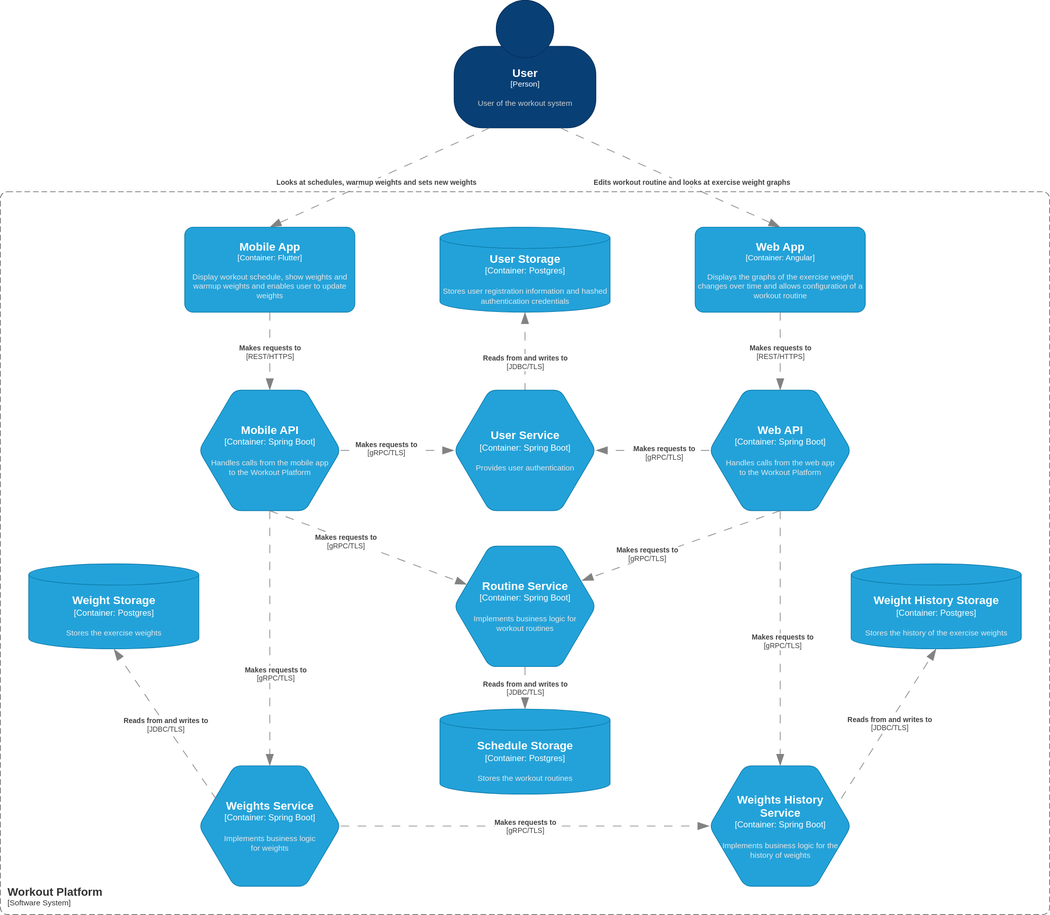
This is docs/v1-container-diagram.svg from LukasDS/lds-workout-system, a draw.io export, as it was before one commit. Source tidied: cells renumbered, new cells last; positions are measured from the earlier drawing's top-left corner, leaving out a move shared by most shapes.
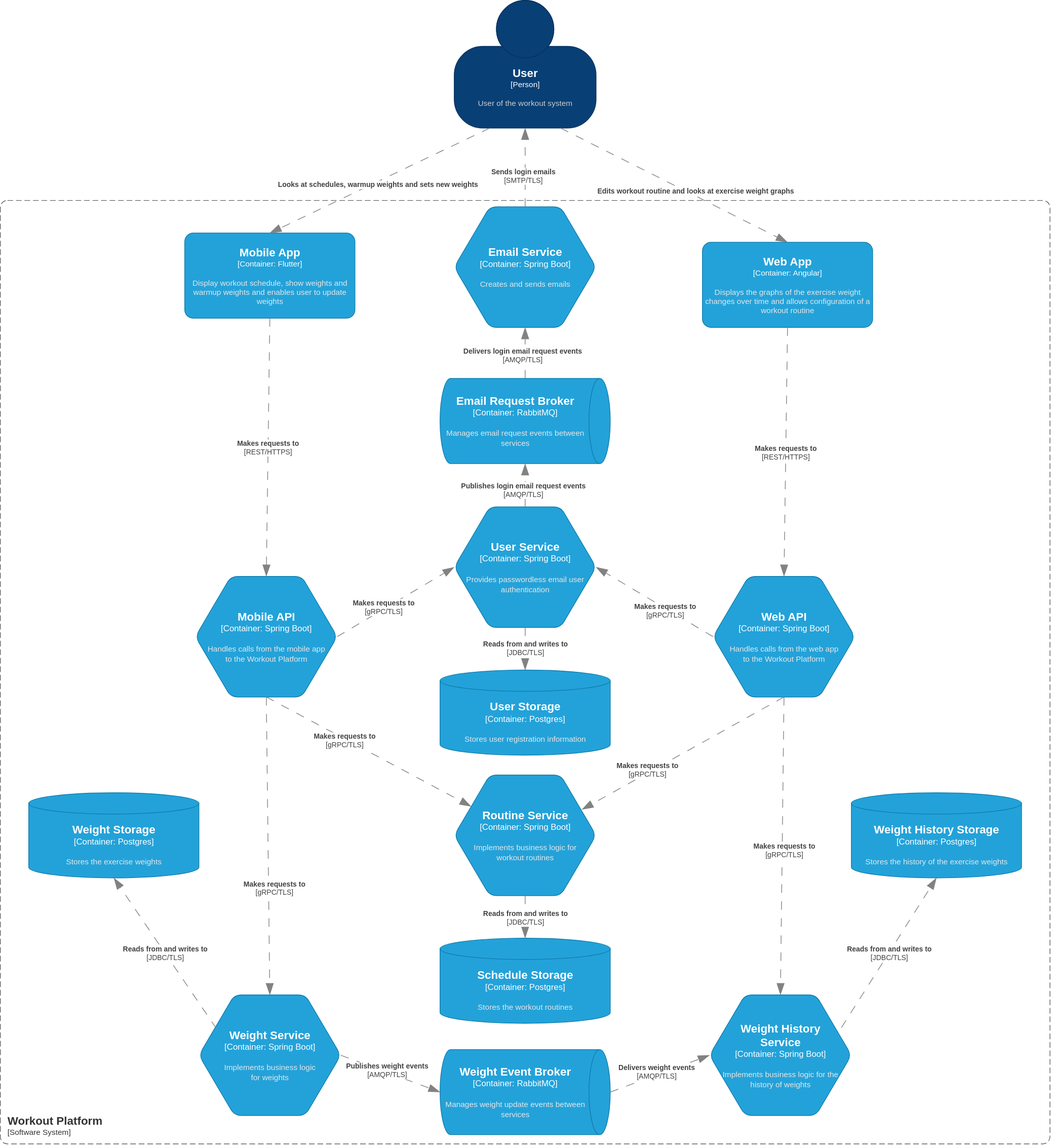
After the change.

Change to the diagram source:
```diff
@@ -6,3 +6,3 @@
       <mxCell style="html=1;fontSize=11;dashed=0;whiteSpace=wrap;fillColor=#083F75;strokeColor=#06315C;fontColor=#ffffff;shape=mxgraph.c4.person2;align=center;points=[[0.5,0,0],[1,0.5,0],[1,0.75,0],[0.75,1,0],[0.5,1,0],[0.25,1,0],[0,0.75,0],[0,0.5,0]];" parent="1" vertex="1">
-        <mxGeometry x="640" width="200" height="180" as="geometry" />
+        <mxGeometry x="640" y="-322" width="200" height="180" as="geometry" />
       </mxCell>
@@ -11,3 +11,3 @@
       <mxCell style="rounded=1;whiteSpace=wrap;html=1;fontSize=11;labelBackgroundColor=none;fillColor=#23A2D9;fontColor=#ffffff;align=center;arcSize=10;strokeColor=#0E7DAD;points=[[0.25,0,0],[0.5,0,0],[0.75,0,0],[1,0.25,0],[1,0.5,0],[1,0.75,0],[0.75,1,0],[0.5,1,0],[0.25,1,0],[0,0.75,0],[0,0.5,0],[0,0.25,0]];" parent="1" vertex="1">
-        <mxGeometry x="980" y="320" width="240" height="120" as="geometry" />
+        <mxGeometry x="990" y="19" width="240" height="120" as="geometry" />
       </mxCell>
@@ -21,3 +21,3 @@
       <mxCell style="rounded=1;fontSize=11;whiteSpace=wrap;html=1;dashed=1;arcSize=20;fillColor=none;strokeColor=#666666;fontColor=#333333;labelBackgroundColor=none;align=left;verticalAlign=bottom;labelBorderColor=none;spacingTop=0;spacing=10;dashPattern=8 4;perimeter=rectanglePerimeter;noLabel=0;labelPadding=0;absoluteArcSize=1;" parent="1" vertex="1">
-        <mxGeometry y="270" width="1480" height="1020" as="geometry" />
+        <mxGeometry y="-40" width="1480" height="1330" as="geometry" />
       </mxCell>
@@ -26,3 +26,3 @@
       <mxCell style="rounded=1;whiteSpace=wrap;html=1;fontSize=11;labelBackgroundColor=none;fillColor=#23A2D9;fontColor=#ffffff;align=center;arcSize=10;strokeColor=#0E7DAD;points=[[0.25,0,0],[0.5,0,0],[0.75,0,0],[1,0.25,0],[1,0.5,0],[1,0.75,0],[0.75,1,0],[0.5,1,0],[0.25,1,0],[0,0.75,0],[0,0.5,0],[0,0.25,0]];" parent="1" vertex="1">
-        <mxGeometry x="260" y="320" width="240" height="120" as="geometry" />
+        <mxGeometry x="260" y="6" width="240" height="120" as="geometry" />
       </mxCell>
@@ -38,6 +38,6 @@
       <mxCell style="shape=hexagon;size=50;perimeter=hexagonPerimeter2;whiteSpace=wrap;html=1;fixedSize=1;rounded=1;labelBackgroundColor=none;fillColor=#23A2D9;fontSize=12;fontColor=#ffffff;align=center;strokeColor=#0E7DAD;points=[[0.5,0,0],[1,0.25,0],[1,0.5,0],[1,0.75,0],[0.5,1,0],[0,0.75,0],[0,0.5,0],[0,0.25,0]];" parent="1" vertex="1">
-        <mxGeometry x="1000" y="550" width="200" height="170" as="geometry" />
+        <mxGeometry x="1005" y="490" width="200" height="170" as="geometry" />
       </mxCell>
     </object>
-    <object id="9" label="&lt;font style=&quot;font-size: 16px&quot;&gt;&lt;b&gt;%c4Name%&lt;/b&gt;&lt;/font&gt;&lt;div&gt;[%c4Type%:&amp;nbsp;%c4Technology%]&lt;/div&gt;&lt;br&gt;&lt;div&gt;&lt;font style=&quot;font-size: 11px&quot;&gt;&lt;font color=&quot;#E6E6E6&quot;&gt;%c4Description%&lt;/font&gt;&lt;/div&gt;" c4Description="Implements business logic&#10;for weights" c4Name="Weights Service" c4Technology="Spring Boot" c4Type="Container" placeholders="1">
+    <object id="9" label="&lt;font style=&quot;font-size: 16px&quot;&gt;&lt;b&gt;%c4Name%&lt;/b&gt;&lt;/font&gt;&lt;div&gt;[%c4Type%:&amp;nbsp;%c4Technology%]&lt;/div&gt;&lt;br&gt;&lt;div&gt;&lt;font style=&quot;font-size: 11px&quot;&gt;&lt;font color=&quot;#E6E6E6&quot;&gt;%c4Description%&lt;/font&gt;&lt;/div&gt;" c4Description="Implements business logic&#10;for weights" c4Name="Weight Service" c4Technology="Spring Boot" c4Type="Container" placeholders="1">
       <mxCell style="shape=hexagon;size=50;perimeter=hexagonPerimeter2;whiteSpace=wrap;html=1;fixedSize=1;rounded=1;labelBackgroundColor=none;fillColor=#23A2D9;fontSize=12;fontColor=#ffffff;align=center;strokeColor=#0E7DAD;points=[[0.5,0,0],[1,0.25,0],[1,0.5,0],[1,0.75,0],[0.5,1,0],[0,0.75,0],[0,0.5,0],[0,0.25,0]];" parent="1" vertex="1">
@@ -60,3 +60,3 @@
       <mxCell style="shape=hexagon;size=50;perimeter=hexagonPerimeter2;whiteSpace=wrap;html=1;fixedSize=1;rounded=1;labelBackgroundColor=none;fillColor=#23A2D9;fontSize=12;fontColor=#ffffff;align=center;strokeColor=#0E7DAD;points=[[0.5,0,0],[1,0.25,0],[1,0.5,0],[1,0.75,0],[0.5,1,0],[0,0.75,0],[0,0.5,0],[0,0.25,0]];" parent="1" vertex="1">
-        <mxGeometry x="280" y="550" width="200" height="170" as="geometry" />
+        <mxGeometry x="275" y="490" width="200" height="170" as="geometry" />
       </mxCell>
@@ -112,5 +112,5 @@
     </object>
-    <object id="22" label="&lt;font style=&quot;font-size: 16px&quot;&gt;&lt;b&gt;%c4Name%&lt;/b&gt;&lt;/font&gt;&lt;div&gt;[%c4Type%:&amp;nbsp;%c4Technology%]&lt;/div&gt;&lt;br&gt;&lt;div&gt;&lt;font style=&quot;font-size: 11px&quot;&gt;&lt;font color=&quot;#E6E6E6&quot;&gt;%c4Description%&lt;/font&gt;&lt;/div&gt;" c4Description="Stores user registration information and hashed authentication credentials" c4Name="User Storage" c4Technology="Postgres" c4Type="Container" placeholders="1">
+    <object id="22" label="&lt;font style=&quot;font-size: 16px&quot;&gt;&lt;b&gt;%c4Name%&lt;/b&gt;&lt;/font&gt;&lt;div&gt;[%c4Type%:&amp;nbsp;%c4Technology%]&lt;/div&gt;&lt;br&gt;&lt;div&gt;&lt;font style=&quot;font-size: 11px&quot;&gt;&lt;font color=&quot;#E6E6E6&quot;&gt;%c4Description%&lt;/font&gt;&lt;/div&gt;" c4Description="Stores user registration information" c4Name="User Storage" c4Technology="Postgres" c4Type="Container" placeholders="1">
       <mxCell style="shape=cylinder3;size=15;whiteSpace=wrap;html=1;boundedLbl=1;rounded=0;labelBackgroundColor=none;fillColor=#23A2D9;fontSize=12;fontColor=#ffffff;align=center;strokeColor=#0E7DAD;points=[[0.5,0,0],[1,0.25,0],[1,0.5,0],[1,0.75,0],[0.5,1,0],[0,0.75,0],[0,0.5,0],[0,0.25,0]];" parent="1" vertex="1">
-        <mxGeometry x="620" y="320" width="240" height="120" as="geometry" />
+        <mxGeometry x="620" y="622" width="240" height="120" as="geometry" />
       </mxCell>
@@ -118,4 +118,4 @@
     <object id="23" label="&lt;div style=&quot;text-align: left&quot;&gt;&lt;div style=&quot;text-align: center&quot;&gt;&lt;b&gt;%c4Description%&lt;/b&gt;&lt;/div&gt;&lt;div style=&quot;text-align: center&quot;&gt;[%c4Technology%]&lt;/div&gt;&lt;/div&gt;" c4Description="Reads from and writes to" c4Technology="JDBC/TLS" c4Type="Relationship" placeholders="1">
-      <mxCell style="endArrow=blockThin;html=1;fontSize=10;fontColor=#404040;strokeWidth=1;endFill=1;strokeColor=#828282;elbow=vertical;endSize=14;startSize=14;jumpStyle=arc;jumpSize=16;rounded=0;exitX=0.5;exitY=1;exitDx=0;exitDy=0;exitPerimeter=0;entryX=0.5;entryY=1;entryDx=0;entryDy=0;entryPerimeter=0;dashed=1;dashPattern=12 12;" parent="1" edge="1" source="29" target="22">
-        <mxGeometry x="0.5" relative="1" as="geometry" />
+      <mxCell style="endArrow=blockThin;html=1;fontSize=10;fontColor=#404040;strokeWidth=1;endFill=1;strokeColor=#828282;elbow=vertical;endSize=14;startSize=14;jumpStyle=arc;jumpSize=16;rounded=0;exitX=0.5;exitY=1;exitDx=0;exitDy=0;exitPerimeter=0;dashed=1;dashPattern=12 12;entryX=0.5;entryY=0;entryDx=0;entryDy=0;entryPerimeter=0;" parent="1" edge="1" source="29" target="22">
+        <mxGeometry x="-0.06" relative="1" as="geometry" />
       </mxCell>
@@ -127,3 +127,3 @@
     </object>
-    <object id="25" label="&lt;font style=&quot;font-size: 16px&quot;&gt;&lt;b&gt;%c4Name%&lt;/b&gt;&lt;/font&gt;&lt;div&gt;[%c4Type%:&amp;nbsp;%c4Technology%]&lt;/div&gt;&lt;br&gt;&lt;div&gt;&lt;font style=&quot;font-size: 11px&quot;&gt;&lt;font color=&quot;#E6E6E6&quot;&gt;%c4Description%&lt;/font&gt;&lt;/div&gt;" c4Description="Implements business logic for the history of weights" c4Name="Weights History&#10;Service" c4Technology="Spring Boot" c4Type="Container" placeholders="1">
+    <object id="25" label="&lt;font style=&quot;font-size: 16px&quot;&gt;&lt;b&gt;%c4Name%&lt;/b&gt;&lt;/font&gt;&lt;div&gt;[%c4Type%:&amp;nbsp;%c4Technology%]&lt;/div&gt;&lt;br&gt;&lt;div&gt;&lt;font style=&quot;font-size: 11px&quot;&gt;&lt;font color=&quot;#E6E6E6&quot;&gt;%c4Description%&lt;/font&gt;&lt;/div&gt;" c4Description="Implements business logic for the history of weights" c4Name="Weight History&#10;Service" c4Technology="Spring Boot" c4Type="Container" placeholders="1">
       <mxCell style="shape=hexagon;size=50;perimeter=hexagonPerimeter2;whiteSpace=wrap;html=1;fixedSize=1;rounded=1;labelBackgroundColor=none;fillColor=#23A2D9;fontSize=12;fontColor=#ffffff;align=center;strokeColor=#0E7DAD;points=[[0.5,0,0],[1,0.25,0],[1,0.5,0],[1,0.75,0],[0.5,1,0],[0,0.75,0],[0,0.5,0],[0,0.25,0]];" parent="1" vertex="1">
@@ -142,10 +142,5 @@
     </object>
-    <object id="28" label="&lt;div style=&quot;text-align: left&quot;&gt;&lt;div style=&quot;text-align: center&quot;&gt;&lt;b&gt;%c4Description%&lt;/b&gt;&lt;/div&gt;&lt;div style=&quot;text-align: center&quot;&gt;[%c4Technology%]&lt;/div&gt;&lt;/div&gt;" c4Description="Makes requests to" c4Technology="gRPC/TLS" c4Type="Relationship" placeholders="1">
-      <mxCell style="endArrow=blockThin;html=1;fontSize=10;fontColor=#404040;strokeWidth=1;endFill=1;strokeColor=#828282;elbow=vertical;endSize=14;startSize=14;jumpStyle=arc;jumpSize=16;rounded=0;exitX=1;exitY=0.5;exitDx=0;exitDy=0;exitPerimeter=0;dashed=1;dashPattern=12 12;entryX=0;entryY=0.5;entryDx=0;entryDy=0;entryPerimeter=0;" parent="1" edge="1" source="9" target="25">
-        <mxGeometry relative="1" as="geometry" />
-      </mxCell>
-    </object>
-    <object id="29" label="&lt;font style=&quot;font-size: 16px&quot;&gt;&lt;b&gt;%c4Name%&lt;/b&gt;&lt;/font&gt;&lt;div&gt;[%c4Type%:&amp;nbsp;%c4Technology%]&lt;/div&gt;&lt;br&gt;&lt;div&gt;&lt;font style=&quot;font-size: 11px&quot;&gt;&lt;font color=&quot;#E6E6E6&quot;&gt;%c4Description%&lt;/font&gt;&lt;/div&gt;" c4Description="Provides user authentication" c4Name="User Service" c4Technology="Spring Boot" c4Type="Container" placeholders="1">
+    <object id="29" label="&lt;font style=&quot;font-size: 16px&quot;&gt;&lt;b&gt;%c4Name%&lt;/b&gt;&lt;/font&gt;&lt;div&gt;[%c4Type%:&amp;nbsp;%c4Technology%]&lt;/div&gt;&lt;br&gt;&lt;div&gt;&lt;font style=&quot;font-size: 11px&quot;&gt;&lt;font color=&quot;#E6E6E6&quot;&gt;%c4Description%&lt;/font&gt;&lt;/div&gt;" c4Description="Provides passwordless email user authentication" c4Name="User Service" c4Technology="Spring Boot" c4Type="Container" placeholders="1">
       <mxCell style="shape=hexagon;size=50;perimeter=hexagonPerimeter2;whiteSpace=wrap;html=1;fixedSize=1;rounded=1;labelBackgroundColor=none;fillColor=#23A2D9;fontSize=12;fontColor=#ffffff;align=center;strokeColor=#0E7DAD;points=[[0.5,0,0],[1,0.25,0],[1,0.5,0],[1,0.75,0],[0.5,1,0],[0,0.75,0],[0,0.5,0],[0,0.25,0]];" parent="1" vertex="1">
-        <mxGeometry x="640" y="550" width="200" height="170" as="geometry" />
+        <mxGeometry x="640" y="392" width="200" height="170" as="geometry" />
       </mxCell>
@@ -157,2 +152,44 @@
     </object>
+    <object id="31" label="&lt;font style=&quot;font-size: 16px&quot;&gt;&lt;b&gt;%c4Name%&lt;/b&gt;&lt;/font&gt;&lt;div&gt;[%c4Type%:&amp;nbsp;%c4Technology%]&lt;/div&gt;&lt;br&gt;&lt;div&gt;&lt;font style=&quot;font-size: 11px&quot;&gt;&lt;font color=&quot;#E6E6E6&quot;&gt;%c4Description%&lt;/font&gt;&lt;/div&gt;" c4Description="Manages weight update events between services" c4Name="Weight Event Broker" c4Technology="RabbitMQ" c4Type="Container" placeholders="1">
+      <mxCell style="shape=cylinder3;size=15;direction=south;whiteSpace=wrap;html=1;boundedLbl=1;rounded=0;labelBackgroundColor=none;fillColor=#23A2D9;fontSize=12;fontColor=#ffffff;align=center;strokeColor=#0E7DAD;points=[[0.5,0,0],[1,0.25,0],[1,0.5,0],[1,0.75,0],[0.5,1,0],[0,0.75,0],[0,0.5,0],[0,0.25,0]];" parent="1" vertex="1">
+        <mxGeometry x="620" y="1157" width="240" height="120" as="geometry" />
+      </mxCell>
+    </object>
+    <object id="32" label="&lt;div style=&quot;text-align: left&quot;&gt;&lt;div style=&quot;text-align: center&quot;&gt;&lt;b&gt;%c4Description%&lt;/b&gt;&lt;/div&gt;&lt;div style=&quot;text-align: center&quot;&gt;[%c4Technology%]&lt;/div&gt;&lt;/div&gt;" c4Description="Publishes weight events" c4Technology="AMQP/TLS" c4Type="Relationship" placeholders="1">
+      <mxCell style="endArrow=blockThin;html=1;fontSize=10;fontColor=#404040;strokeWidth=1;endFill=1;strokeColor=#828282;elbow=vertical;endSize=14;startSize=14;jumpStyle=arc;jumpSize=16;rounded=0;dashed=1;dashPattern=12 12;entryX=0.5;entryY=1;entryDx=0;entryDy=0;entryPerimeter=0;exitX=1;exitY=0.5;exitDx=0;exitDy=0;exitPerimeter=0;" parent="1" edge="1" source="9" target="31">
+        <mxGeometry x="-0.09" y="3" relative="1" as="geometry">
+          <mxPoint x="-1" as="offset" />
+        </mxGeometry>
+      </mxCell>
+    </object>
+    <object id="33" label="&lt;div style=&quot;text-align: left&quot;&gt;&lt;div style=&quot;text-align: center&quot;&gt;&lt;b&gt;%c4Description%&lt;/b&gt;&lt;/div&gt;&lt;div style=&quot;text-align: center&quot;&gt;[%c4Technology%]&lt;/div&gt;&lt;/div&gt;" c4Description="Delivers weight events" c4Technology="AMQP/TLS" c4Type="Relationship" placeholders="1">
+      <mxCell style="endArrow=blockThin;html=1;fontSize=10;fontColor=#404040;strokeWidth=1;endFill=1;strokeColor=#828282;elbow=vertical;endSize=14;startSize=14;jumpStyle=arc;jumpSize=16;rounded=0;dashed=1;dashPattern=12 12;entryX=0;entryY=0.5;entryDx=0;entryDy=0;entryPerimeter=0;exitX=0.5;exitY=0;exitDx=0;exitDy=0;exitPerimeter=0;" parent="1" edge="1" source="31" target="25">
+        <mxGeometry x="-0.05" y="4" relative="1" as="geometry" />
+      </mxCell>
+    </object>
+    <object id="34" label="&lt;font style=&quot;font-size: 16px&quot;&gt;&lt;b&gt;%c4Name%&lt;/b&gt;&lt;/font&gt;&lt;div&gt;[%c4Type%:&amp;nbsp;%c4Technology%]&lt;/div&gt;&lt;br&gt;&lt;div&gt;&lt;font style=&quot;font-size: 11px&quot;&gt;&lt;font color=&quot;#E6E6E6&quot;&gt;%c4Description%&lt;/font&gt;&lt;/div&gt;" c4Description="Manages email request events between services" c4Name="Email Request Broker" c4Technology="RabbitMQ" c4Type="Container" placeholders="1">
+      <mxCell style="shape=cylinder3;size=15;direction=south;whiteSpace=wrap;html=1;boundedLbl=1;rounded=0;labelBackgroundColor=none;fillColor=#23A2D9;fontSize=12;fontColor=#ffffff;align=center;strokeColor=#0E7DAD;points=[[0.5,0,0],[1,0.25,0],[1,0.5,0],[1,0.75,0],[0.5,1,0],[0,0.75,0],[0,0.5,0],[0,0.25,0]];" parent="1" vertex="1">
+        <mxGeometry x="620" y="211" width="240" height="120" as="geometry" />
+      </mxCell>
+    </object>
+    <object id="35" label="&lt;div style=&quot;text-align: left&quot;&gt;&lt;div style=&quot;text-align: center&quot;&gt;&lt;b&gt;%c4Description%&lt;/b&gt;&lt;/div&gt;&lt;div style=&quot;text-align: center&quot;&gt;[%c4Technology%]&lt;/div&gt;&lt;/div&gt;" c4Description="Publishes login email request events" c4Technology="AMQP/TLS" c4Type="Relationship" placeholders="1">
+      <mxCell style="endArrow=blockThin;html=1;fontSize=10;fontColor=#404040;strokeWidth=1;endFill=1;strokeColor=#828282;elbow=vertical;endSize=14;startSize=14;jumpStyle=arc;jumpSize=16;rounded=0;dashed=1;dashPattern=12 12;entryX=1;entryY=0.5;entryDx=0;entryDy=0;entryPerimeter=0;exitX=0.5;exitY=0;exitDx=0;exitDy=0;exitPerimeter=0;" parent="1" edge="1" source="29" target="34">
+        <mxGeometry x="-0.2" y="3" relative="1" as="geometry" />
+      </mxCell>
+    </object>
+    <object id="36" label="&lt;font style=&quot;font-size: 16px&quot;&gt;&lt;b&gt;%c4Name%&lt;/b&gt;&lt;/font&gt;&lt;div&gt;[%c4Type%:&amp;nbsp;%c4Technology%]&lt;/div&gt;&lt;br&gt;&lt;div&gt;&lt;font style=&quot;font-size: 11px&quot;&gt;&lt;font color=&quot;#E6E6E6&quot;&gt;%c4Description%&lt;/font&gt;&lt;/div&gt;" c4Description="Creates and sends emails" c4Name="Email Service" c4Technology="Spring Boot" c4Type="Container" placeholders="1">
+      <mxCell style="shape=hexagon;size=50;perimeter=hexagonPerimeter2;whiteSpace=wrap;html=1;fixedSize=1;rounded=1;labelBackgroundColor=none;fillColor=#23A2D9;fontSize=12;fontColor=#ffffff;align=center;strokeColor=#0E7DAD;points=[[0.5,0,0],[1,0.25,0],[1,0.5,0],[1,0.75,0],[0.5,1,0],[0,0.75,0],[0,0.5,0],[0,0.25,0]];" parent="1" vertex="1">
+        <mxGeometry x="640" y="-31" width="200" height="170" as="geometry" />
+      </mxCell>
+    </object>
+    <object id="37" label="&lt;div style=&quot;text-align: left&quot;&gt;&lt;div style=&quot;text-align: center&quot;&gt;&lt;b&gt;%c4Description%&lt;/b&gt;&lt;/div&gt;&lt;div style=&quot;text-align: center&quot;&gt;[%c4Technology%]&lt;/div&gt;&lt;/div&gt;" c4Description="Delivers login email request events" c4Technology="AMQP/TLS" c4Type="Relationship" placeholders="1">
+      <mxCell style="endArrow=blockThin;html=1;fontSize=10;fontColor=#404040;strokeWidth=1;endFill=1;strokeColor=#828282;elbow=vertical;endSize=14;startSize=14;jumpStyle=arc;jumpSize=16;rounded=0;dashed=1;dashPattern=12 12;entryX=0.5;entryY=1;entryDx=0;entryDy=0;entryPerimeter=0;exitX=0;exitY=0.5;exitDx=0;exitDy=0;exitPerimeter=0;" parent="1" edge="1" source="34" target="36">
+        <mxGeometry x="-0.05" y="4" relative="1" as="geometry" />
+      </mxCell>
+    </object>
+    <object id="38" label="&lt;div style=&quot;text-align: left&quot;&gt;&lt;div style=&quot;text-align: center&quot;&gt;&lt;b&gt;%c4Description%&lt;/b&gt;&lt;/div&gt;&lt;div style=&quot;text-align: center&quot;&gt;[%c4Technology%]&lt;/div&gt;&lt;/div&gt;" c4Description="Sends login emails" c4Technology="SMTP/TLS" c4Type="Relationship" placeholders="1">
+      <mxCell style="endArrow=blockThin;html=1;fontSize=10;fontColor=#404040;strokeWidth=1;endFill=1;strokeColor=#828282;elbow=vertical;endSize=14;startSize=14;jumpStyle=arc;jumpSize=16;rounded=0;dashed=1;dashPattern=12 12;entryX=0.5;entryY=1;entryDx=0;entryDy=0;entryPerimeter=0;exitX=0.5;exitY=0;exitDx=0;exitDy=0;exitPerimeter=0;" parent="1" edge="1" source="36" target="2">
+        <mxGeometry x="-0.2" y="3" relative="1" as="geometry" />
+      </mxCell>
+    </object>
   </root>
```
